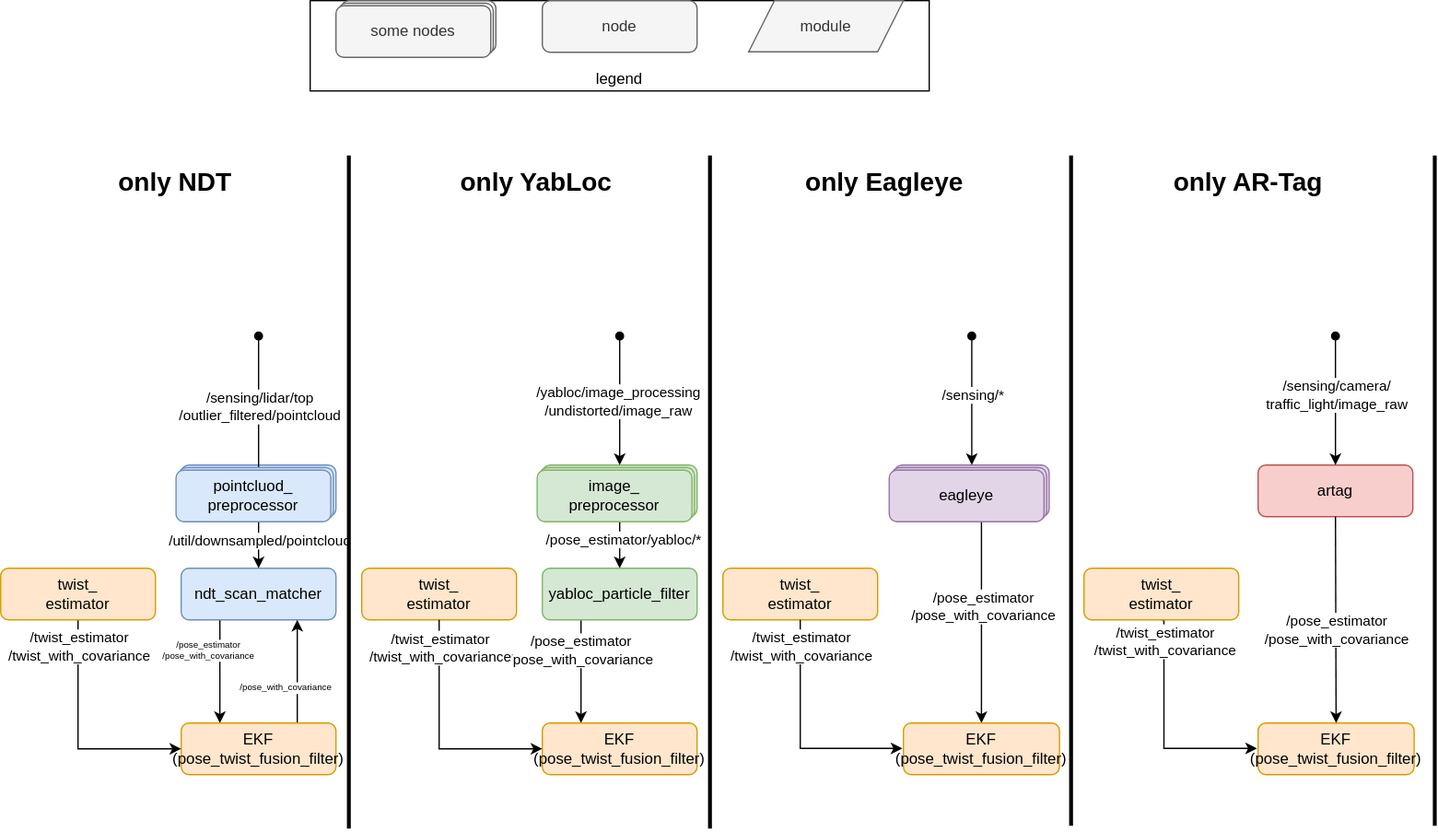
autowarefoundation/autoware.universe keeps this draw.io diagram as localization/pose_estimator_manager/media/single_pose_estimator.drawio.svg. Above is the earlier version. Source tidied: cells renumbered, new cells last; positions are measured from the earlier drawing's top-left corner, leaving out a move shared by most shapes.
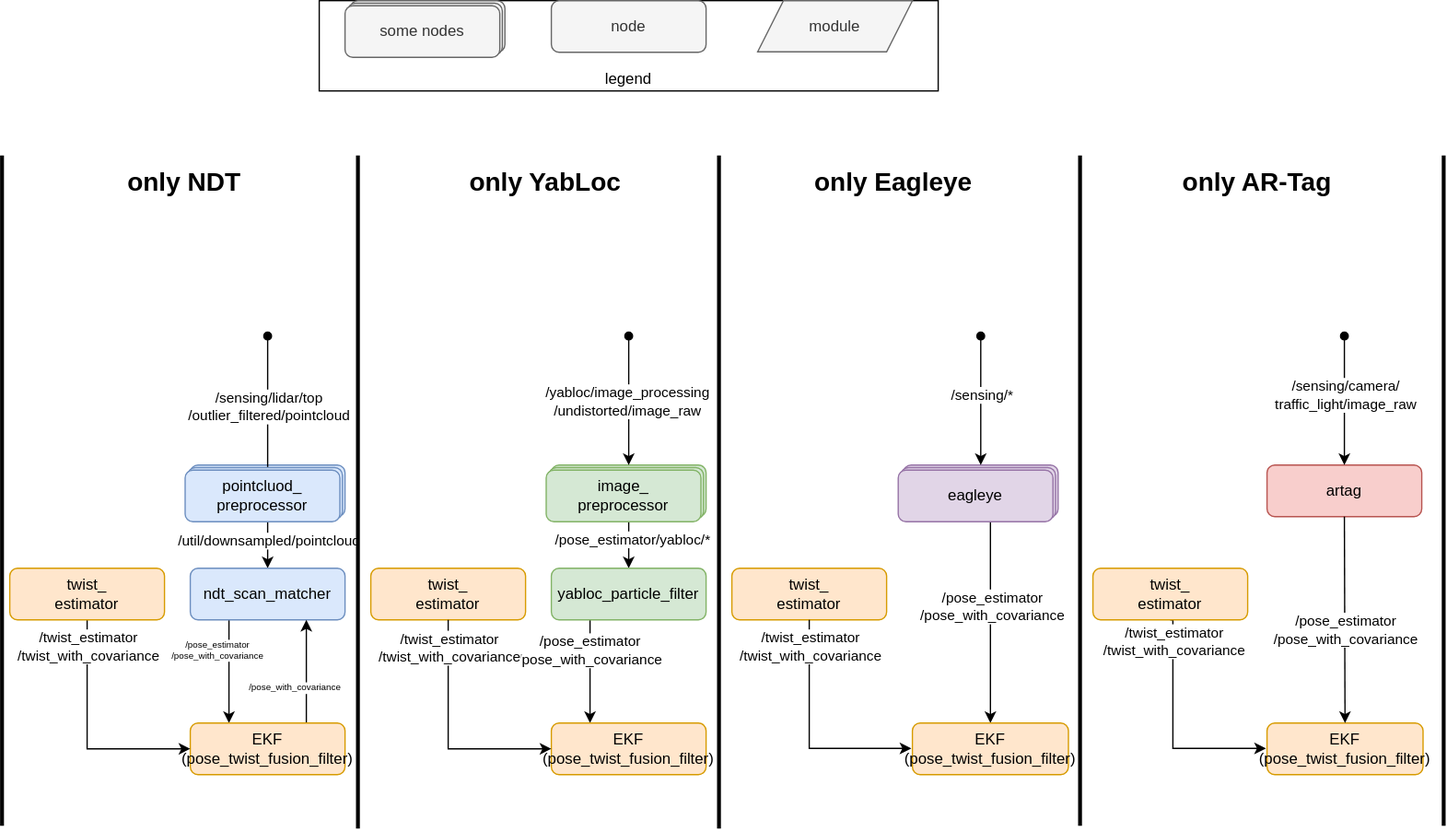
The same diagram one commit later.

Diff of the diagram source:
```diff
@@ -272,5 +272,11 @@
         <mxPoint y="-9" as="offset" />
       </mxGeometry>
     </mxCell>
+    <mxCell id="66" style="endArrow=none;html=1;rounded=0;fontSize=11;strokeWidth=3;" parent="1" edge="1">
+      <mxGeometry relative="1" as="geometry">
+        <mxPoint x="-6" y="639.7" as="sourcePoint" />
+        <mxPoint x="-6" y="120" as="targetPoint" />
+      </mxGeometry>
+    </mxCell>
   </root>
 </mxGraphModel>
```
